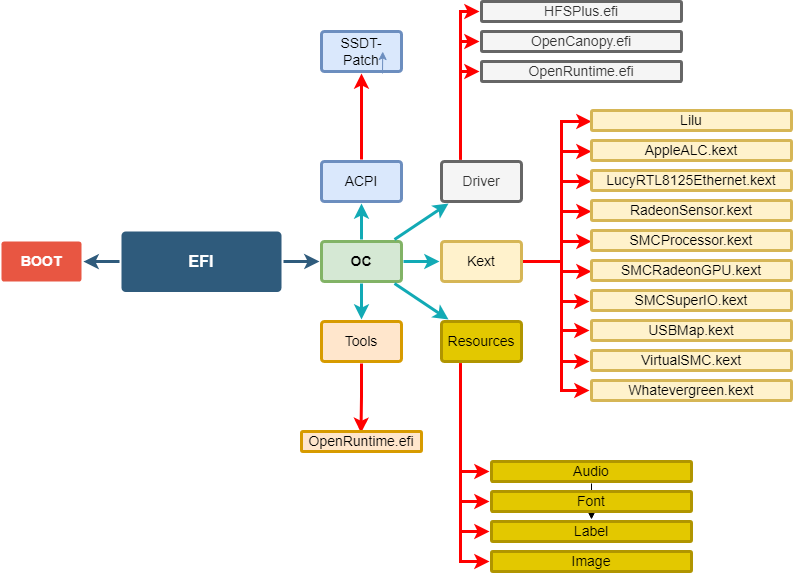
The draw.io diagram EFI.png in iamyounix/msimagb460_tomahawk, before a commit. Source tidied: cells renumbered, new cells last; positions are measured from the earlier drawing's top-left corner, leaving out a move shared by most shapes.
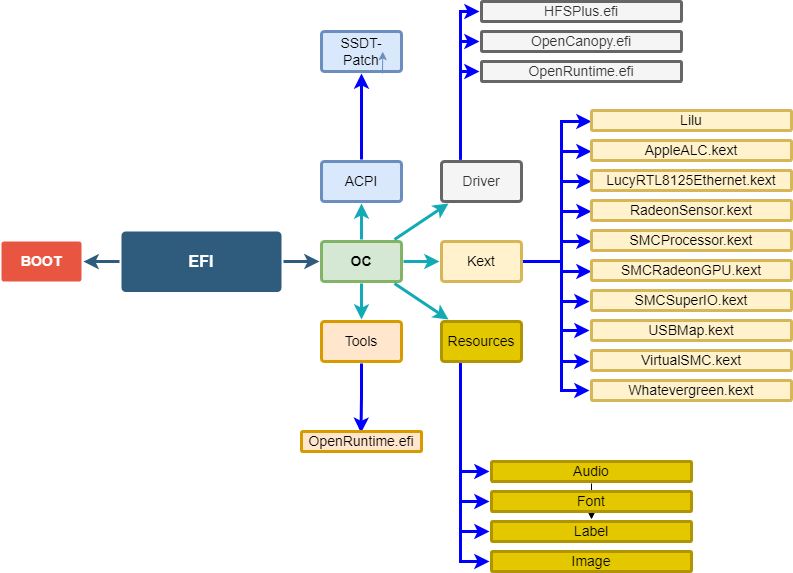
Later version of the same file.

Diff of the diagram source:
```diff
@@ -17,21 +17,21 @@
     <mxCell id="6" value="OC" style="rounded=1;whiteSpace=wrap;html=1;shadow=0;labelBackgroundColor=none;strokeColor=#82b366;strokeWidth=3;fillColor=#d5e8d4;fontFamily=Helvetica;fontSize=14;align=center;spacing=5;fontStyle=1;arcSize=7;perimeterSpacing=2;" parent="1" vertex="1">
       <mxGeometry x="320" y="240" width="80" height="40" as="geometry" />
     </mxCell>
-    <mxCell id="7" style="edgeStyle=orthogonalEdgeStyle;rounded=0;jettySize=auto;html=1;exitX=0.25;exitY=1;exitDx=0;exitDy=0;entryX=0;entryY=0.5;entryDx=0;entryDy=0;strokeColor=#FF0000;strokeWidth=3;" parent="1" edge="1" source="11" target="54">
+    <mxCell id="7" style="edgeStyle=orthogonalEdgeStyle;rounded=0;jettySize=auto;html=1;exitX=0.25;exitY=1;exitDx=0;exitDy=0;entryX=0;entryY=0.5;entryDx=0;entryDy=0;strokeColor=#0000FF;strokeWidth=3;" parent="1" edge="1" source="11" target="54">
       <mxGeometry relative="1" as="geometry">
         <Array as="points">
           <mxPoint x="459" y="560" />
         </Array>
       </mxGeometry>
     </mxCell>
-    <mxCell id="8" style="edgeStyle=orthogonalEdgeStyle;rounded=0;jettySize=auto;html=1;exitX=0.25;exitY=1;exitDx=0;exitDy=0;entryX=0;entryY=0.5;entryDx=0;entryDy=0;strokeColor=#FF0000;strokeWidth=3;" parent="1" edge="1" source="11" target="53">
+    <mxCell id="8" style="edgeStyle=orthogonalEdgeStyle;rounded=0;jettySize=auto;html=1;exitX=0.25;exitY=1;exitDx=0;exitDy=0;entryX=0;entryY=0.5;entryDx=0;entryDy=0;strokeColor=#0000FF;strokeWidth=3;" parent="1" edge="1" source="11" target="53">
       <mxGeometry relative="1" as="geometry">
         <Array as="points">
           <mxPoint x="459" y="530" />
         </Array>
       </mxGeometry>
     </mxCell>
-    <mxCell id="9" style="edgeStyle=orthogonalEdgeStyle;rounded=0;jettySize=auto;html=1;exitX=0.25;exitY=1;exitDx=0;exitDy=0;strokeColor=#FF0000;strokeWidth=3;" parent="1" edge="1" source="11">
+    <mxCell id="9" style="edgeStyle=orthogonalEdgeStyle;rounded=0;jettySize=auto;html=1;exitX=0.25;exitY=1;exitDx=0;exitDy=0;strokeColor=#0000FF;strokeWidth=3;" parent="1" edge="1" source="11">
       <mxGeometry relative="1" as="geometry">
         <mxPoint x="488" y="500" as="targetPoint" />
         <Array as="points">
@@ -39,7 +39,7 @@
         </Array>
       </mxGeometry>
     </mxCell>
-    <mxCell id="10" style="edgeStyle=orthogonalEdgeStyle;rounded=0;jettySize=auto;html=1;exitX=0.25;exitY=1;exitDx=0;exitDy=0;entryX=0;entryY=0.5;entryDx=0;entryDy=0;strokeColor=#FF0000;strokeWidth=3;" parent="1" edge="1" source="11" target="51">
+    <mxCell id="10" style="edgeStyle=orthogonalEdgeStyle;rounded=0;jettySize=auto;html=1;exitX=0.25;exitY=1;exitDx=0;exitDy=0;entryX=0;entryY=0.5;entryDx=0;entryDy=0;strokeColor=#0000FF;strokeWidth=3;" parent="1" edge="1" source="11" target="51">
       <mxGeometry relative="1" as="geometry">
         <Array as="points">
           <mxPoint x="459" y="470" />
@@ -52,7 +52,7 @@
     <mxCell id="12" style="edgeStyle=none;rounded=1;jumpStyle=none;html=1;shadow=0;labelBackgroundColor=none;startArrow=none;startFill=0;jettySize=auto;strokeColor=#12AAB5;strokeWidth=3;fontFamily=Helvetica;fontSize=14;fontColor=#FFFFFF;spacing=5;fontStyle=1;fillColor=#b0e3e6;" parent="1" edge="1" source="6" target="11">
       <mxGeometry relative="1" as="geometry" />
     </mxCell>
-    <mxCell id="13" style="edgeStyle=orthogonalEdgeStyle;rounded=0;jettySize=auto;html=1;exitX=1;exitY=0.5;exitDx=0;exitDy=0;entryX=0;entryY=0.5;entryDx=0;entryDy=0;strokeColor=#FF0000;strokeWidth=3;" parent="1" edge="1" source="23" target="45">
+    <mxCell id="13" style="edgeStyle=orthogonalEdgeStyle;rounded=0;jettySize=auto;html=1;exitX=1;exitY=0.5;exitDx=0;exitDy=0;entryX=0;entryY=0.5;entryDx=0;entryDy=0;strokeColor=#0000FF;strokeWidth=3;" parent="1" edge="1" source="23" target="45">
       <mxGeometry relative="1" as="geometry">
         <Array as="points">
           <mxPoint x="560" y="260" />
@@ -60,7 +60,7 @@
         </Array>
       </mxGeometry>
     </mxCell>
-    <mxCell id="14" style="edgeStyle=orthogonalEdgeStyle;rounded=0;jettySize=auto;html=1;exitX=1;exitY=0.5;exitDx=0;exitDy=0;strokeColor=#FF0000;strokeWidth=3;" parent="1" edge="1" source="23">
+    <mxCell id="14" style="edgeStyle=orthogonalEdgeStyle;rounded=0;jettySize=auto;html=1;exitX=1;exitY=0.5;exitDx=0;exitDy=0;strokeColor=#0000FF;strokeWidth=3;" parent="1" edge="1" source="23">
       <mxGeometry relative="1" as="geometry">
         <mxPoint x="588" y="360" as="targetPoint" />
         <Array as="points">
@@ -70,7 +70,7 @@
         </Array>
       </mxGeometry>
     </mxCell>
-    <mxCell id="15" style="edgeStyle=orthogonalEdgeStyle;rounded=0;jettySize=auto;html=1;exitX=1;exitY=0.5;exitDx=0;exitDy=0;strokeColor=#FF0000;strokeWidth=3;" parent="1" edge="1" source="23">
+    <mxCell id="15" style="edgeStyle=orthogonalEdgeStyle;rounded=0;jettySize=auto;html=1;exitX=1;exitY=0.5;exitDx=0;exitDy=0;strokeColor=#0000FF;strokeWidth=3;" parent="1" edge="1" source="23">
       <mxGeometry relative="1" as="geometry">
         <mxPoint x="588" y="329" as="targetPoint" />
         <Array as="points">
@@ -80,7 +80,7 @@
         </Array>
       </mxGeometry>
     </mxCell>
-    <mxCell id="16" style="edgeStyle=orthogonalEdgeStyle;rounded=0;jettySize=auto;html=1;exitX=1;exitY=0.5;exitDx=0;exitDy=0;strokeColor=#FF0000;strokeWidth=3;" parent="1" edge="1" source="23">
+    <mxCell id="16" style="edgeStyle=orthogonalEdgeStyle;rounded=0;jettySize=auto;html=1;exitX=1;exitY=0.5;exitDx=0;exitDy=0;strokeColor=#0000FF;strokeWidth=3;" parent="1" edge="1" source="23">
       <mxGeometry relative="1" as="geometry">
         <mxPoint x="588" y="300" as="targetPoint" />
         <Array as="points">
@@ -90,7 +90,7 @@
         </Array>
       </mxGeometry>
     </mxCell>
-    <mxCell id="17" style="edgeStyle=orthogonalEdgeStyle;rounded=0;jettySize=auto;html=1;exitX=1;exitY=0.5;exitDx=0;exitDy=0;entryX=0.01;entryY=0.542;entryDx=0;entryDy=0;entryPerimeter=0;strokeColor=#FF0000;strokeWidth=3;" parent="1" edge="1" source="23" target="41">
+    <mxCell id="17" style="edgeStyle=orthogonalEdgeStyle;rounded=0;jettySize=auto;html=1;exitX=1;exitY=0.5;exitDx=0;exitDy=0;entryX=0.01;entryY=0.542;entryDx=0;entryDy=0;entryPerimeter=0;strokeColor=#0000FF;strokeWidth=3;" parent="1" edge="1" source="23" target="41">
       <mxGeometry relative="1" as="geometry">
         <Array as="points">
           <mxPoint x="560" y="260" />
@@ -98,7 +98,7 @@
         </Array>
       </mxGeometry>
     </mxCell>
-    <mxCell id="18" style="edgeStyle=orthogonalEdgeStyle;rounded=0;jettySize=auto;html=1;exitX=1;exitY=0.5;exitDx=0;exitDy=0;entryX=0.01;entryY=0.542;entryDx=0;entryDy=0;entryPerimeter=0;strokeColor=#FF0000;strokeWidth=3;" parent="1" edge="1" source="23" target="40">
+    <mxCell id="18" style="edgeStyle=orthogonalEdgeStyle;rounded=0;jettySize=auto;html=1;exitX=1;exitY=0.5;exitDx=0;exitDy=0;entryX=0.01;entryY=0.542;entryDx=0;entryDy=0;entryPerimeter=0;strokeColor=#0000FF;strokeWidth=3;" parent="1" edge="1" source="23" target="40">
       <mxGeometry relative="1" as="geometry">
         <Array as="points">
           <mxPoint x="560" y="260" />
@@ -106,7 +106,7 @@
         </Array>
       </mxGeometry>
     </mxCell>
-    <mxCell id="19" style="edgeStyle=orthogonalEdgeStyle;rounded=0;jettySize=auto;html=1;exitX=1;exitY=0.5;exitDx=0;exitDy=0;entryX=0.01;entryY=0.542;entryDx=0;entryDy=0;entryPerimeter=0;strokeColor=#FF0000;strokeWidth=3;" parent="1" edge="1" source="23" target="39">
+    <mxCell id="19" style="edgeStyle=orthogonalEdgeStyle;rounded=0;jettySize=auto;html=1;exitX=1;exitY=0.5;exitDx=0;exitDy=0;entryX=0.01;entryY=0.542;entryDx=0;entryDy=0;entryPerimeter=0;strokeColor=#0000FF;strokeWidth=3;" parent="1" edge="1" source="23" target="39">
       <mxGeometry relative="1" as="geometry">
         <Array as="points">
           <mxPoint x="560" y="260" />
@@ -114,7 +114,7 @@
         </Array>
       </mxGeometry>
     </mxCell>
-    <mxCell id="20" style="edgeStyle=orthogonalEdgeStyle;rounded=0;jettySize=auto;html=1;exitX=1;exitY=0.5;exitDx=0;exitDy=0;entryX=0.01;entryY=0.542;entryDx=0;entryDy=0;entryPerimeter=0;strokeColor=#FF0000;strokeWidth=3;" parent="1" edge="1" source="23" target="38">
+    <mxCell id="20" style="edgeStyle=orthogonalEdgeStyle;rounded=0;jettySize=auto;html=1;exitX=1;exitY=0.5;exitDx=0;exitDy=0;entryX=0.01;entryY=0.542;entryDx=0;entryDy=0;entryPerimeter=0;strokeColor=#0000FF;strokeWidth=3;" parent="1" edge="1" source="23" target="38">
       <mxGeometry relative="1" as="geometry">
         <Array as="points">
           <mxPoint x="560" y="260" />
@@ -122,7 +122,7 @@
         </Array>
       </mxGeometry>
     </mxCell>
-    <mxCell id="21" style="edgeStyle=orthogonalEdgeStyle;rounded=0;jettySize=auto;html=1;exitX=1;exitY=0.5;exitDx=0;exitDy=0;entryX=0.01;entryY=0.542;entryDx=0;entryDy=0;entryPerimeter=0;strokeColor=#FF0000;strokeWidth=3;" parent="1" edge="1" source="23" target="37">
+    <mxCell id="21" style="edgeStyle=orthogonalEdgeStyle;rounded=0;jettySize=auto;html=1;exitX=1;exitY=0.5;exitDx=0;exitDy=0;entryX=0.01;entryY=0.542;entryDx=0;entryDy=0;entryPerimeter=0;strokeColor=#0000FF;strokeWidth=3;" parent="1" edge="1" source="23" target="37">
       <mxGeometry relative="1" as="geometry">
         <Array as="points">
           <mxPoint x="560" y="260" />
@@ -130,7 +130,7 @@
         </Array>
       </mxGeometry>
     </mxCell>
-    <mxCell id="22" style="edgeStyle=orthogonalEdgeStyle;rounded=0;jettySize=auto;html=1;exitX=1;exitY=0.5;exitDx=0;exitDy=0;entryX=0.01;entryY=0.542;entryDx=0;entryDy=0;entryPerimeter=0;strokeColor=#FF0000;strokeWidth=3;" parent="1" edge="1" source="23" target="36">
+    <mxCell id="22" style="edgeStyle=orthogonalEdgeStyle;rounded=0;jettySize=auto;html=1;exitX=1;exitY=0.5;exitDx=0;exitDy=0;entryX=0.01;entryY=0.542;entryDx=0;entryDy=0;entryPerimeter=0;strokeColor=#0000FF;strokeWidth=3;" parent="1" edge="1" source="23" target="36">
       <mxGeometry relative="1" as="geometry">
         <Array as="points">
           <mxPoint x="560" y="260" />
@@ -144,21 +144,21 @@
     <mxCell id="24" style="edgeStyle=none;rounded=1;jumpStyle=none;html=1;shadow=0;labelBackgroundColor=none;startArrow=none;startFill=0;jettySize=auto;strokeColor=#12AAB5;strokeWidth=3;fontFamily=Helvetica;fontSize=14;fontColor=#FFFFFF;spacing=5;fontStyle=1;fillColor=#b0e3e6;" parent="1" edge="1" source="6" target="23">
       <mxGeometry relative="1" as="geometry" />
     </mxCell>
-    <mxCell id="25" style="edgeStyle=orthogonalEdgeStyle;rounded=0;jettySize=auto;html=1;exitX=0.25;exitY=0;exitDx=0;exitDy=0;entryX=0;entryY=0.5;entryDx=0;entryDy=0;strokeColor=#FF0000;strokeWidth=3;" parent="1" edge="1" source="28" target="47">
+    <mxCell id="25" style="edgeStyle=orthogonalEdgeStyle;rounded=0;jettySize=auto;html=1;exitX=0.25;exitY=0;exitDx=0;exitDy=0;entryX=0;entryY=0.5;entryDx=0;entryDy=0;strokeColor=#0000FF;strokeWidth=3;" parent="1" edge="1" source="28" target="47">
       <mxGeometry relative="1" as="geometry">
         <Array as="points">
           <mxPoint x="459" y="40" />
         </Array>
       </mxGeometry>
     </mxCell>
-    <mxCell id="26" style="edgeStyle=orthogonalEdgeStyle;rounded=0;jettySize=auto;html=1;exitX=0.25;exitY=0;exitDx=0;exitDy=0;entryX=0;entryY=0.5;entryDx=0;entryDy=0;strokeColor=#FF0000;strokeWidth=3;" parent="1" edge="1" source="28" target="46">
+    <mxCell id="26" style="edgeStyle=orthogonalEdgeStyle;rounded=0;jettySize=auto;html=1;exitX=0.25;exitY=0;exitDx=0;exitDy=0;entryX=0;entryY=0.5;entryDx=0;entryDy=0;strokeColor=#0000FF;strokeWidth=3;" parent="1" edge="1" source="28" target="46">
       <mxGeometry relative="1" as="geometry">
         <Array as="points">
           <mxPoint x="459" y="10" />
         </Array>
       </mxGeometry>
     </mxCell>
-    <mxCell id="27" style="edgeStyle=orthogonalEdgeStyle;rounded=0;jettySize=auto;html=1;exitX=0.25;exitY=0;exitDx=0;exitDy=0;entryX=0;entryY=0.5;entryDx=0;entryDy=0;strokeColor=#FF0000;strokeWidth=3;" parent="1" edge="1" source="28" target="48">
+    <mxCell id="27" style="edgeStyle=orthogonalEdgeStyle;rounded=0;jettySize=auto;html=1;exitX=0.25;exitY=0;exitDx=0;exitDy=0;entryX=0;entryY=0.5;entryDx=0;entryDy=0;strokeColor=#0000FF;strokeWidth=3;" parent="1" edge="1" source="28" target="48">
       <mxGeometry relative="1" as="geometry">
         <Array as="points">
           <mxPoint x="459" y="70" />
@@ -171,7 +171,7 @@
     <mxCell id="29" style="edgeStyle=none;rounded=1;jumpStyle=none;html=1;shadow=0;labelBackgroundColor=none;startArrow=none;startFill=0;jettySize=auto;strokeColor=#12AAB5;strokeWidth=3;fontFamily=Helvetica;fontSize=14;fontColor=#FFFFFF;spacing=5;fontStyle=1;fillColor=#b0e3e6;" parent="1" edge="1" source="6" target="28">
       <mxGeometry relative="1" as="geometry" />
     </mxCell>
-    <mxCell id="30" style="edgeStyle=orthogonalEdgeStyle;rounded=0;jettySize=auto;html=1;exitX=0.5;exitY=0;exitDx=0;exitDy=0;strokeColor=#FF0000;strokeWidth=3;" parent="1" edge="1" source="31" target="55">
+    <mxCell id="30" style="edgeStyle=orthogonalEdgeStyle;rounded=0;jettySize=auto;html=1;exitX=0.5;exitY=0;exitDx=0;exitDy=0;strokeColor=#0000FF;strokeWidth=3;" parent="1" edge="1" source="31" target="55">
       <mxGeometry relative="1" as="geometry" />
     </mxCell>
     <mxCell id="31" value="ACPI" style="rounded=1;whiteSpace=wrap;html=1;shadow=0;labelBackgroundColor=none;strokeColor=#6c8ebf;strokeWidth=3;fillColor=#dae8fc;fontFamily=Helvetica;fontSize=14;align=center;spacing=5;fontStyle=0;arcSize=7;perimeterSpacing=2;" parent="1" vertex="1">
@@ -180,7 +180,7 @@
     <mxCell id="32" style="edgeStyle=none;rounded=1;jumpStyle=none;html=1;shadow=0;labelBackgroundColor=none;startArrow=none;startFill=0;jettySize=auto;strokeColor=#12AAB5;strokeWidth=3;fontFamily=Helvetica;fontSize=14;fontColor=#FFFFFF;spacing=5;fontStyle=1;fillColor=#b0e3e6;" parent="1" edge="1" source="6" target="31">
       <mxGeometry relative="1" as="geometry" />
     </mxCell>
-    <mxCell id="33" style="edgeStyle=orthogonalEdgeStyle;rounded=0;jettySize=auto;html=1;entryX=0.496;entryY=0.138;entryDx=0;entryDy=0;entryPerimeter=0;strokeColor=#FF0000;strokeWidth=3;" parent="1" edge="1" source="34" target="49">
+    <mxCell id="33" style="edgeStyle=orthogonalEdgeStyle;rounded=0;jettySize=auto;html=1;entryX=0.496;entryY=0.138;entryDx=0;entryDy=0;entryPerimeter=0;strokeColor=#0000FF;strokeWidth=3;" parent="1" edge="1" source="34" target="49">
       <mxGeometry relative="1" as="geometry" />
     </mxCell>
     <mxCell id="34" value="Tools" style="rounded=1;whiteSpace=wrap;html=1;shadow=0;labelBackgroundColor=none;strokeColor=#d79b00;strokeWidth=3;fillColor=#ffe6cc;fontFamily=Helvetica;fontSize=14;align=center;spacing=5;fontStyle=0;arcSize=7;perimeterSpacing=2;" parent="1" vertex="1">
```
